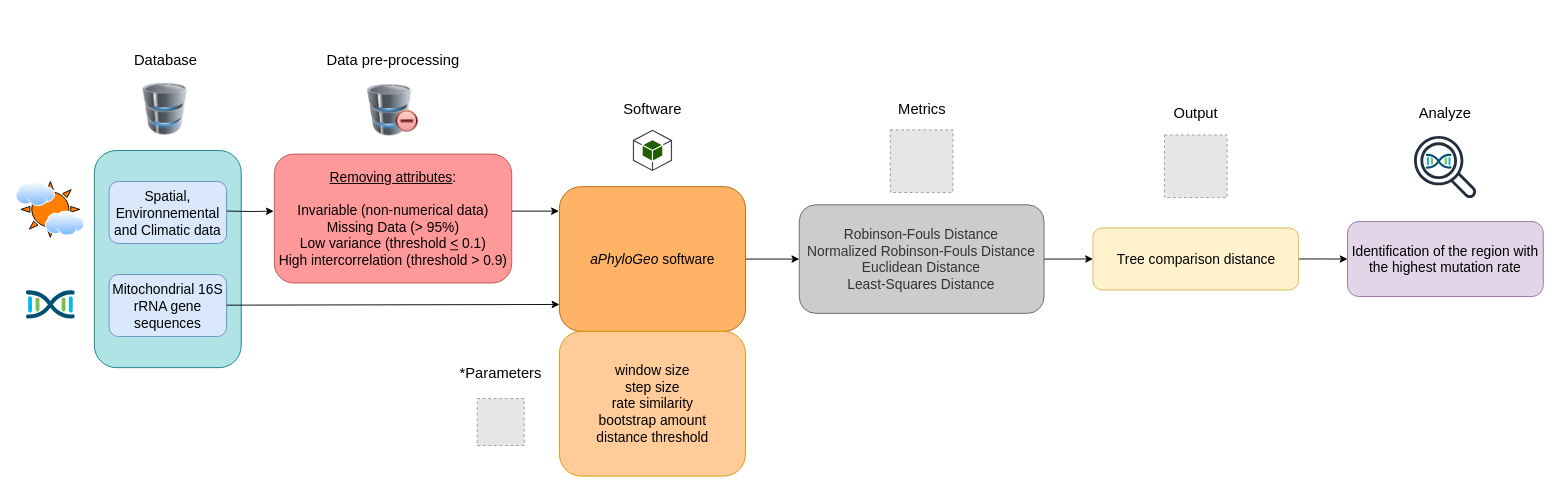
The draw.io diagram papers/Gagnon_Kebe_Tahiri/diagram.drawio in scipy-conference/scipy_proceedings, before the edit. Source tidied: cells renumbered, new cells numbered last; positions are measured from the earlier drawing's top-left corner, leaving out a move shared by most shapes. Both pictures are drawn from the tidied source at 92%, with x=0, y=0 at pixel (16, 16). Pictures stored in the file or linked from it are replaced by grey dashed boxes.
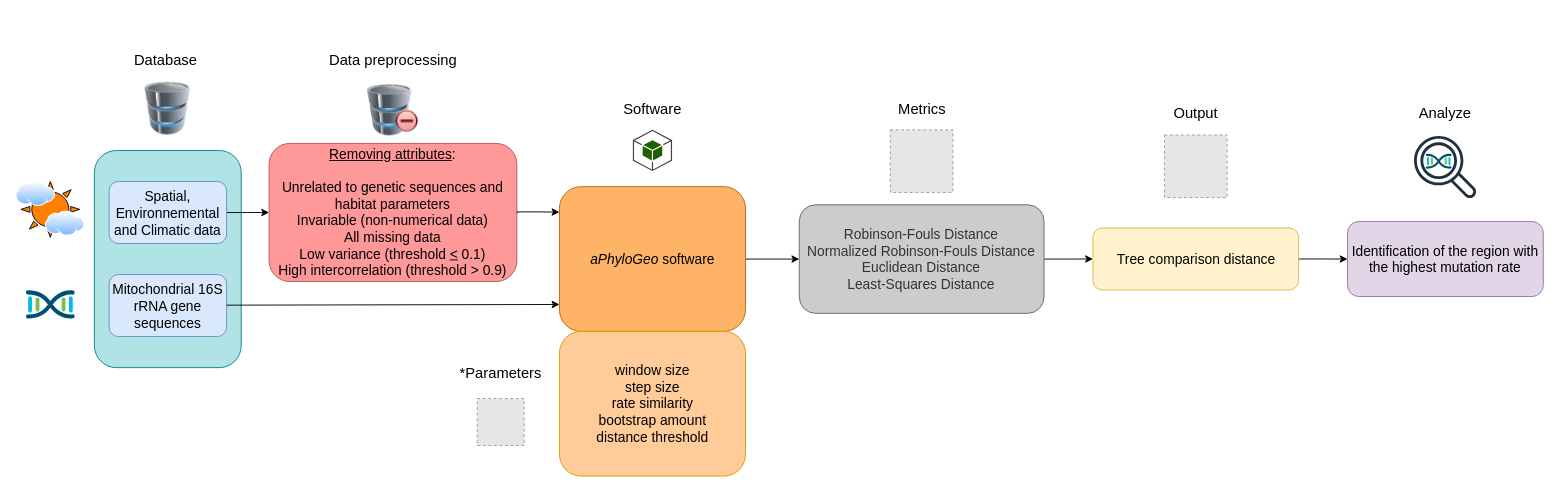
Above is the later version.

Commit message:
Mettre à jour diagram.drawio

Unchanged cells that the change refers to:
```xml
<mxCell id="2" style="group;" parent="1" vertex="1">
  <mxGeometry width="1660" height="500" as="geometry" />
</mxCell>
<mxCell id="4" value="&lt;font style=&quot;font-size: 15px;&quot;&gt;Spatial, Environnemental and Climatic data&lt;/font&gt;" style="rounded=1;whiteSpace=wrap;html=1;fillColor=#dae8fc;strokeColor=#6c8ebf;" parent="2" vertex="1">
  <mxGeometry x="101.1" y="179.8" width="127.7" height="67.4" as="geometry" />
</mxCell>
```

Diff of the diagram source:
```diff
@@
+    <mxCell id="38" style="edgeStyle=orthogonalEdgeStyle;rounded=0;jettySize=auto;html=1;" parent="2" edge="1" source="4" target="6">
+      <mxGeometry relative="1" as="geometry" />
+    </mxCell>
@@
-    <mxCell id="6" value="&lt;div style=&quot;font-size: 15px;&quot;&gt;&lt;span style=&quot;background-color: initial;&quot;&gt;&lt;font style=&quot;font-size: 15px;&quot;&gt;&lt;u style=&quot;&quot;&gt;Removing attributes&lt;/u&gt;:&lt;/font&gt;&lt;/span&gt;&lt;/div&gt;&lt;div style=&quot;font-size: 15px;&quot;&gt;&lt;span style=&quot;background-color: initial;&quot;&gt;&lt;font style=&quot;font-size: 15px;&quot;&gt;&lt;br&gt;&lt;/font&gt;&lt;/span&gt;&lt;/div&gt;&lt;div style=&quot;font-size: 15px;&quot;&gt;&lt;font style=&quot;font-size: 15px;&quot;&gt;&lt;span style=&quot;background-color: initial;&quot;&gt;Invariable (non-numerical data)&lt;/span&gt;&lt;br&gt;&lt;span style=&quot;background-color: initial;&quot;&gt;Missing Data (&amp;gt; 95%)&lt;/span&gt;&lt;br&gt;&lt;span style=&quot;background-color: initial;&quot;&gt;Low variance (threshold&amp;nbsp;&lt;/span&gt;&lt;u style=&quot;background-color: initial;&quot;&gt;&amp;lt;&lt;/u&gt;&lt;span style=&quot;background-color: initial;&quot;&gt; 0.1)&lt;/span&gt;&lt;br&gt;&lt;/font&gt;&lt;/div&gt;&lt;div style=&quot;font-size: 15px;&quot;&gt;&lt;span style=&quot;background-color: initial;&quot;&gt;&lt;font style=&quot;font-size: 15px;&quot;&gt;&lt;font style=&quot;font-size: 15px;&quot;&gt;High intercorrelation (threshold &amp;gt; 0.9&lt;/font&gt;&lt;font style=&quot;font-size: 15px;&quot;&gt;)&lt;/font&gt;&lt;/font&gt;&lt;/span&gt;&lt;/div&gt;" style="rounded=1;whiteSpace=wrap;html=1;fillColor=#FF9999;strokeColor=#b85450;align=center;" parent="2" vertex="1">
-      <mxGeometry x="280.7" y="150" width="258" height="140.1" as="geometry" />
+    <mxCell id="6" value="&lt;div style=&quot;font-size: 15px;&quot;&gt;&lt;span style=&quot;background-color: initial;&quot;&gt;&lt;font style=&quot;font-size: 15px;&quot;&gt;&lt;u style=&quot;&quot;&gt;Removing attributes&lt;/u&gt;:&lt;/font&gt;&lt;/span&gt;&lt;/div&gt;&lt;div style=&quot;font-size: 15px;&quot;&gt;&lt;span style=&quot;background-color: initial;&quot;&gt;&lt;font style=&quot;font-size: 15px;&quot;&gt;&lt;br&gt;&lt;/font&gt;&lt;/span&gt;&lt;/div&gt;&lt;div style=&quot;&quot;&gt;&lt;font style=&quot;&quot;&gt;&lt;span style=&quot;background-color: initial;&quot;&gt;&lt;span style=&quot;font-size: 15px;&quot;&gt;Unrelated to genetic sequences and habitat parameters&lt;/span&gt;&lt;br&gt;&lt;/span&gt;&lt;/font&gt;&lt;/div&gt;&lt;div style=&quot;font-size: 15px;&quot;&gt;&lt;font style=&quot;font-size: 15px;&quot;&gt;&lt;span style=&quot;background-color: initial;&quot;&gt;Invariable (non-numerical data)&lt;/span&gt;&lt;br&gt;&lt;span style=&quot;background-color: initial;&quot;&gt;All missing data&lt;/span&gt;&lt;br&gt;&lt;span style=&quot;background-color: initial;&quot;&gt;Low variance (threshold&amp;nbsp;&lt;/span&gt;&lt;u style=&quot;background-color: initial;&quot;&gt;&amp;lt;&lt;/u&gt;&lt;span style=&quot;background-color: initial;&quot;&gt; 0.1)&lt;/span&gt;&lt;br&gt;&lt;/font&gt;&lt;/div&gt;&lt;div style=&quot;font-size: 15px;&quot;&gt;&lt;span style=&quot;background-color: initial;&quot;&gt;&lt;font style=&quot;font-size: 15px;&quot;&gt;&lt;font style=&quot;font-size: 15px;&quot;&gt;High intercorrelation (threshold &amp;gt; 0.9&lt;/font&gt;&lt;font style=&quot;font-size: 15px;&quot;&gt;)&lt;/font&gt;&lt;/font&gt;&lt;/span&gt;&lt;/div&gt;" style="rounded=1;whiteSpace=wrap;html=1;fillColor=#FF9999;strokeColor=#b85450;align=center;" parent="2" vertex="1">
+      <mxGeometry x="275" y="138.4" width="269.3" height="150.1" as="geometry" />
     </mxCell>
@@
-    <mxCell id="14" value="Data pre-processing" style="text;html=1;align=center;verticalAlign=middle;whiteSpace=wrap;rounded=0;fontSize=16;" parent="2" vertex="1">
+    <mxCell id="14" value="Data preprocessing" style="text;html=1;align=center;verticalAlign=middle;whiteSpace=wrap;rounded=0;fontSize=16;" parent="2" vertex="1">
       <mxGeometry x="329.9" y="20.2" width="159.6" height="56.2" as="geometry" />
     </mxCell>
@@
-    <mxCell id="18" style="image;html=1;image=img/lib/clip_art/computers/Database_128x128.png;" parent="2" vertex="1">
-      <mxGeometry x="133" y="73" width="58.5" height="56.2" as="geometry" />
-    </mxCell>
@@
-    <mxCell id="35" style="edgeStyle=orthogonalEdgeStyle;rounded=0;orthogonalLoop=1;jettySize=auto;html=1;" parent="2" edge="1">
-      <mxGeometry relative="1" as="geometry">
-        <mxPoint x="539" y="212" as="sourcePoint" />
-        <mxPoint x="590" y="212" as="targetPoint" />
-      </mxGeometry>
-    </mxCell>
-    <mxCell id="36" style="edgeStyle=orthogonalEdgeStyle;rounded=0;orthogonalLoop=1;jettySize=auto;html=1;" parent="2" edge="1">
-      <mxGeometry relative="1" as="geometry">
-        <mxPoint x="228.8" y="211.9" as="sourcePoint" />
-        <mxPoint x="280" y="212" as="targetPoint" />
-      </mxGeometry>
-    </mxCell>
@@
+    <mxCell id="39" style="edgeStyle=orthogonalEdgeStyle;rounded=0;orthogonalLoop=1;jettySize=auto;html=1;" parent="2" edge="1">
+      <mxGeometry relative="1" as="geometry">
+        <mxPoint x="544.6" y="214.1" as="sourcePoint" />
+        <mxPoint x="590.6" y="213.1" as="targetPoint" />
+        <Array as="points">
+          <mxPoint x="545" y="212.8" />
+          <mxPoint x="568" y="212.8" />
+        </Array>
+      </mxGeometry>
+    </mxCell>
+    <mxCell id="40" style="image;html=1;image=img/lib/clip_art/computers/Database_128x128.png;" parent="2" vertex="1">
+      <mxGeometry x="129.8" y="71.8" width="70.3" height="57.4" as="geometry" />
+    </mxCell>
```
